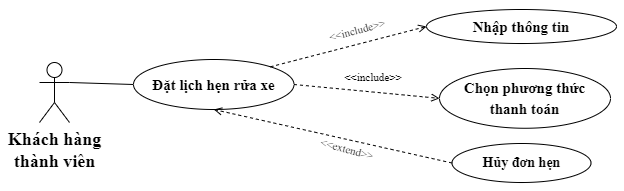
This is SODO/Usecase/Đặt lịch hẹn rửa xe.drawio.png from khuevotan/TaiCamRanh_DATN, a draw.io export, as it was before one commit. Source tidied: cells renumbered, new cells last; positions are measured from the earlier drawing's top-left corner, leaving out a move shared by most shapes. Source of this version:
```xml
<mxGraphModel>
  <root>
    <mxCell id="0" />
    <mxCell id="1" parent="0" />
    <mxCell id="2" value="&lt;font style=&quot;font-size: 18px;&quot;&gt;Khách hàng &lt;br style=&quot;&quot;&gt;thành viên&lt;/font&gt;" style="shape=umlActor;verticalLabelPosition=bottom;verticalAlign=top;html=1;outlineConnect=0;fontFamily=Times New Roman;fontSize=15;fontStyle=1;" parent="1" vertex="1">
      <mxGeometry y="53" width="30" height="60" as="geometry" />
    </mxCell>
    <mxCell id="3" value="Đặt lịch hẹn rửa xe" style="ellipse;whiteSpace=wrap;html=1;fontFamily=Times New Roman;fontSize=15;fontStyle=1;" parent="1" vertex="1">
      <mxGeometry x="94" y="50" width="160.5" height="50" as="geometry" />
    </mxCell>
    <mxCell id="4" value="&lt;font style=&quot;font-size: 15px;&quot;&gt;Chọn phương thức &lt;br&gt;thanh toán&lt;/font&gt;" style="ellipse;whiteSpace=wrap;html=1;fontFamily=Times New Roman;fontSize=17;fontStyle=1;" parent="1" vertex="1">
      <mxGeometry x="400" y="59" width="171" height="59.8" as="geometry" />
    </mxCell>
    <mxCell id="5" style="endArrow=none;html=1;rounded=0;exitX=0;exitY=0.5;exitDx=0;exitDy=0;fontSize=15;entryX=1;entryY=0.3333333333333333;entryDx=0;entryDy=0;entryPerimeter=0;fontFamily=Times New Roman;" parent="1" edge="1" source="3" target="2">
      <mxGeometry relative="1" as="geometry" />
    </mxCell>
    <mxCell id="6" value="&lt;b&gt;Hủy đơn hẹn&lt;/b&gt;" style="ellipse;whiteSpace=wrap;html=1;fontSize=14;fontFamily=Times New Roman;" parent="1" vertex="1">
      <mxGeometry x="412.5" y="134" width="139" height="39" as="geometry" />
    </mxCell>
    <mxCell id="7" style="edgeStyle=none;html=1;endArrow=open;verticalAlign=bottom;dashed=1;labelBackgroundColor=none;rounded=0;fontSize=15;entryX=0.5;entryY=1;entryDx=0;entryDy=0;exitX=0;exitY=0.5;exitDx=0;exitDy=0;fontFamily=Times New Roman;" parent="1" edge="1" source="6" target="3">
      <mxGeometry relative="1" as="geometry" />
    </mxCell>
    <mxCell id="8" value="&lt;font style=&quot;font-size: 11px;&quot;&gt;&amp;lt;&amp;lt;extend&amp;gt;&amp;gt;&lt;/font&gt;" style="text;html=1;strokeColor=none;fillColor=none;align=center;verticalAlign=middle;whiteSpace=wrap;rounded=0;fontFamily=Times New Roman;fontSize=11;rotation=15;fontStyle=0;" parent="1" vertex="1">
      <mxGeometry x="278" y="125" width="60" height="30" as="geometry" />
    </mxCell>
    <mxCell id="9" value="Nhập thông tin" style="ellipse;whiteSpace=wrap;html=1;fontFamily=Times New Roman;fontSize=15;fontStyle=1;" parent="1" vertex="1">
      <mxGeometry x="387" width="190" height="34" as="geometry" />
    </mxCell>
    <mxCell id="10" style="edgeStyle=none;html=1;endArrow=open;verticalAlign=bottom;dashed=1;labelBackgroundColor=none;rounded=0;exitX=1;exitY=0;exitDx=0;exitDy=0;fontSize=15;entryX=0;entryY=0.5;entryDx=0;entryDy=0;fontFamily=Times New Roman;" parent="1" edge="1" source="3" target="9">
      <mxGeometry relative="1" as="geometry" />
    </mxCell>
    <mxCell id="11" value="&lt;font style=&quot;font-size: 11px;&quot;&gt;&amp;lt;&amp;lt;include&amp;gt;&amp;gt;&lt;/font&gt;" style="text;html=1;strokeColor=none;fillColor=none;align=center;verticalAlign=middle;whiteSpace=wrap;rounded=0;fontFamily=Times New Roman;fontSize=11;rotation=-15;fontStyle=0;" parent="1" vertex="1">
      <mxGeometry x="288" y="6" width="60" height="30" as="geometry" />
    </mxCell>
    <mxCell id="12" value="&lt;font style=&quot;font-size: 11px;&quot;&gt;&amp;lt;&amp;lt;include&amp;gt;&amp;gt;&lt;/font&gt;" style="text;html=1;strokeColor=none;fillColor=none;align=center;verticalAlign=middle;whiteSpace=wrap;rounded=0;fontFamily=Times New Roman;fontSize=11;rotation=0;fontStyle=0;" parent="1" vertex="1">
      <mxGeometry x="304" y="53" width="60" height="30" as="geometry" />
    </mxCell>
    <mxCell id="13" style="edgeStyle=none;html=1;endArrow=open;verticalAlign=bottom;dashed=1;labelBackgroundColor=none;rounded=0;exitX=1;exitY=0.5;exitDx=0;exitDy=0;fontSize=15;entryX=0;entryY=0.5;entryDx=0;entryDy=0;fontFamily=Times New Roman;" parent="1" edge="1" source="3" target="4">
      <mxGeometry relative="1" as="geometry" />
    </mxCell>
  </root>
</mxGraphModel>
```
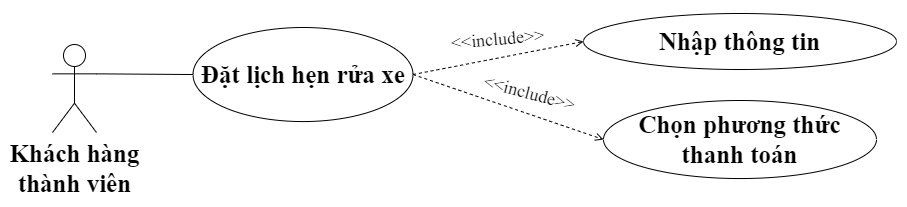
The same diagram one commit later.

Diff of the diagram source:
```diff
@@ -2,41 +2,32 @@
   <root>
     <mxCell id="0" />
     <mxCell id="1" parent="0" />
-    <mxCell id="2" value="&lt;font style=&quot;font-size: 18px;&quot;&gt;Khách hàng &lt;br style=&quot;&quot;&gt;thành viên&lt;/font&gt;" style="shape=umlActor;verticalLabelPosition=bottom;verticalAlign=top;html=1;outlineConnect=0;fontFamily=Times New Roman;fontSize=15;fontStyle=1;" parent="1" vertex="1">
-      <mxGeometry y="53" width="30" height="60" as="geometry" />
-    </mxCell>
-    <mxCell id="3" value="Đặt lịch hẹn rửa xe" style="ellipse;whiteSpace=wrap;html=1;fontFamily=Times New Roman;fontSize=15;fontStyle=1;" parent="1" vertex="1">
-      <mxGeometry x="94" y="50" width="160.5" height="50" as="geometry" />
-    </mxCell>
-    <mxCell id="4" value="&lt;font style=&quot;font-size: 15px;&quot;&gt;Chọn phương thức &lt;br&gt;thanh toán&lt;/font&gt;" style="ellipse;whiteSpace=wrap;html=1;fontFamily=Times New Roman;fontSize=17;fontStyle=1;" parent="1" vertex="1">
-      <mxGeometry x="400" y="59" width="171" height="59.8" as="geometry" />
-    </mxCell>
-    <mxCell id="5" style="endArrow=none;html=1;rounded=0;exitX=0;exitY=0.5;exitDx=0;exitDy=0;fontSize=15;entryX=1;entryY=0.3333333333333333;entryDx=0;entryDy=0;entryPerimeter=0;fontFamily=Times New Roman;" parent="1" edge="1" source="3" target="2">
-      <mxGeometry relative="1" as="geometry" />
-    </mxCell>
-    <mxCell id="6" value="&lt;b&gt;Hủy đơn hẹn&lt;/b&gt;" style="ellipse;whiteSpace=wrap;html=1;fontSize=14;fontFamily=Times New Roman;" parent="1" vertex="1">
-      <mxGeometry x="412.5" y="134" width="139" height="39" as="geometry" />
-    </mxCell>
-    <mxCell id="7" style="edgeStyle=none;html=1;endArrow=open;verticalAlign=bottom;dashed=1;labelBackgroundColor=none;rounded=0;fontSize=15;entryX=0.5;entryY=1;entryDx=0;entryDy=0;exitX=0;exitY=0.5;exitDx=0;exitDy=0;fontFamily=Times New Roman;" parent="1" edge="1" source="6" target="3">
-      <mxGeometry relative="1" as="geometry" />
-    </mxCell>
-    <mxCell id="8" value="&lt;font style=&quot;font-size: 11px;&quot;&gt;&amp;lt;&amp;lt;extend&amp;gt;&amp;gt;&lt;/font&gt;" style="text;html=1;strokeColor=none;fillColor=none;align=center;verticalAlign=middle;whiteSpace=wrap;rounded=0;fontFamily=Times New Roman;fontSize=11;rotation=15;fontStyle=0;" parent="1" vertex="1">
-      <mxGeometry x="278" y="125" width="60" height="30" as="geometry" />
-    </mxCell>
-    <mxCell id="9" value="Nhập thông tin" style="ellipse;whiteSpace=wrap;html=1;fontFamily=Times New Roman;fontSize=15;fontStyle=1;" parent="1" vertex="1">
-      <mxGeometry x="387" width="190" height="34" as="geometry" />
+    <mxCell id="9" value="&lt;b style=&quot;font-size: 25px;&quot;&gt;Nhập thông tin&lt;br&gt;&lt;/b&gt;" style="ellipse;whiteSpace=wrap;html=1;fontSize=25;fontFamily=Times New Roman;" parent="1" vertex="1">
+      <mxGeometry x="442" y="302" width="313" height="56" as="geometry" />
     </mxCell>
-    <mxCell id="10" style="edgeStyle=none;html=1;endArrow=open;verticalAlign=bottom;dashed=1;labelBackgroundColor=none;rounded=0;exitX=1;exitY=0;exitDx=0;exitDy=0;fontSize=15;entryX=0;entryY=0.5;entryDx=0;entryDy=0;fontFamily=Times New Roman;" parent="1" edge="1" source="3" target="9">
+    <mxCell id="10" style="edgeStyle=none;html=1;endArrow=open;verticalAlign=bottom;dashed=1;labelBackgroundColor=none;rounded=0;exitX=1;exitY=0.5;exitDx=0;exitDy=0;fontSize=25;entryX=0;entryY=0.5;entryDx=0;entryDy=0;" parent="1" edge="1" source="3" target="9">
       <mxGeometry relative="1" as="geometry" />
     </mxCell>
-    <mxCell id="11" value="&lt;font style=&quot;font-size: 11px;&quot;&gt;&amp;lt;&amp;lt;include&amp;gt;&amp;gt;&lt;/font&gt;" style="text;html=1;strokeColor=none;fillColor=none;align=center;verticalAlign=middle;whiteSpace=wrap;rounded=0;fontFamily=Times New Roman;fontSize=11;rotation=-15;fontStyle=0;" parent="1" vertex="1">
-      <mxGeometry x="288" y="6" width="60" height="30" as="geometry" />
-    </mxCell>
-    <mxCell id="12" value="&lt;font style=&quot;font-size: 11px;&quot;&gt;&amp;lt;&amp;lt;include&amp;gt;&amp;gt;&lt;/font&gt;" style="text;html=1;strokeColor=none;fillColor=none;align=center;verticalAlign=middle;whiteSpace=wrap;rounded=0;fontFamily=Times New Roman;fontSize=11;rotation=0;fontStyle=0;" parent="1" vertex="1">
-      <mxGeometry x="304" y="53" width="60" height="30" as="geometry" />
-    </mxCell>
+    <mxCell id="4" value="Chọn phương thức&lt;br&gt;thanh toán" style="ellipse;whiteSpace=wrap;html=1;fontSize=25;fontFamily=Times New Roman;fontStyle=1;" parent="1" vertex="1">
+      <mxGeometry x="462" y="389" width="273" height="78" as="geometry" />
+    </mxCell>
-    <mxCell id="13" style="edgeStyle=none;html=1;endArrow=open;verticalAlign=bottom;dashed=1;labelBackgroundColor=none;rounded=0;exitX=1;exitY=0.5;exitDx=0;exitDy=0;fontSize=15;entryX=0;entryY=0.5;entryDx=0;entryDy=0;fontFamily=Times New Roman;" parent="1" edge="1" source="3" target="4">
+    <mxCell id="13" style="edgeStyle=none;html=1;endArrow=open;verticalAlign=bottom;dashed=1;labelBackgroundColor=none;rounded=0;fontSize=25;entryX=0;entryY=0.5;entryDx=0;entryDy=0;exitX=1;exitY=0.5;exitDx=0;exitDy=0;" parent="1" edge="1" source="3" target="4">
       <mxGeometry relative="1" as="geometry" />
     </mxCell>
+    <mxCell id="14" value="&lt;font style=&quot;font-size: 18px;&quot;&gt;&amp;lt;&amp;lt;include&amp;gt;&amp;gt;&lt;/font&gt;" style="text;html=1;strokeColor=none;fillColor=none;align=center;verticalAlign=middle;whiteSpace=wrap;rounded=0;fontFamily=Times New Roman;fontSize=18;rotation=15;fontStyle=0;" parent="1" vertex="1">
+      <mxGeometry x="348" y="365" width="81" height="34.1" as="geometry" />
+    </mxCell>
+    <mxCell id="3" value="Đặt lịch hẹn rửa xe" style="ellipse;whiteSpace=wrap;html=1;fontSize=25;fontFamily=Times New Roman;fontStyle=1;" parent="1" vertex="1">
+      <mxGeometry x="51.5" y="316" width="220" height="94.1" as="geometry" />
+    </mxCell>
+    <mxCell id="15" value="&lt;font style=&quot;font-size: 18px;&quot;&gt;&amp;lt;&amp;lt;include&amp;gt;&amp;gt;&lt;/font&gt;" style="text;html=1;strokeColor=none;fillColor=none;align=center;verticalAlign=middle;whiteSpace=wrap;rounded=0;fontFamily=Times New Roman;fontSize=18;rotation=-5;fontStyle=0;" parent="1" vertex="1">
+      <mxGeometry x="316" y="311" width="81" height="34.1" as="geometry" />
+    </mxCell>
+    <mxCell id="2" value="&lt;font style=&quot;font-size: 25px;&quot;&gt;Khách hàng &lt;br style=&quot;font-size: 25px;&quot;&gt;thành viên&lt;/font&gt;" style="shape=umlActor;verticalLabelPosition=bottom;verticalAlign=top;html=1;outlineConnect=0;fontFamily=Times New Roman;fontSize=25;fontStyle=1;" parent="1" vertex="1">
+      <mxGeometry x="-89" y="333" width="44" height="88" as="geometry" />
+    </mxCell>
+    <mxCell id="5" style="endArrow=none;html=1;rounded=0;exitX=0;exitY=0.5;exitDx=0;exitDy=0;fontSize=15;entryX=1;entryY=0.3333333333333333;entryDx=0;entryDy=0;entryPerimeter=0;" parent="1" edge="1" source="3" target="2">
+      <mxGeometry relative="1" as="geometry" />
+    </mxCell>
   </root>
 </mxGraphModel>
```
